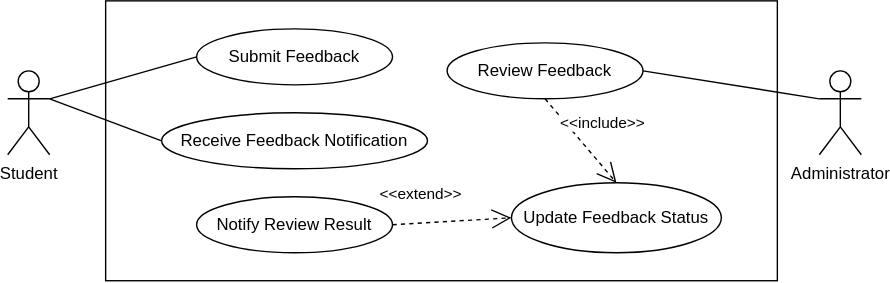
Before: Assignment2/diagrams/FeedbackUseCase.svg, a diagram exported from draw.io (qianlinnian/se_sad_project). Source tidied: cells renumbered, new cells last; positions are measured from the earlier drawing's top-left corner, leaving out a move shared by most shapes.
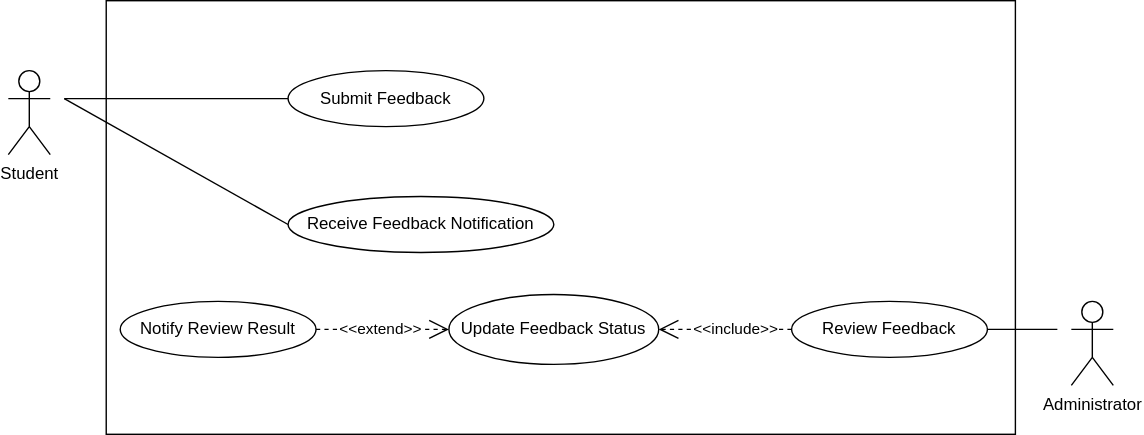
The same diagram one commit later.

Diff of the diagram source:
```diff
@@ -3,45 +3,49 @@
     <mxCell id="0" />
     <mxCell id="1" parent="0" />
     <mxCell id="2" style="rounded=0;whiteSpace=wrap;html=1;fillColor=none;" parent="1" vertex="1">
-      <mxGeometry x="70" width="480" height="200" as="geometry" />
+      <mxGeometry x="-20" y="10" width="650" height="310" as="geometry" />
     </mxCell>
     <mxCell id="3" value="Administrator" style="shape=umlActor;verticalLabelPosition=bottom;verticalAlign=top;html=1;outlineConnect=0;" parent="1" vertex="1">
-      <mxGeometry x="580" y="50" width="30" height="60" as="geometry" />
+      <mxGeometry x="670" y="225" width="30" height="60" as="geometry" />
     </mxCell>
     <mxCell id="4" value="Student" style="shape=umlActor;verticalLabelPosition=bottom;verticalAlign=top;html=1;outlineConnect=0;" parent="1" vertex="1">
-      <mxGeometry y="50" width="30" height="60" as="geometry" />
+      <mxGeometry x="-90" y="60" width="30" height="60" as="geometry" />
     </mxCell>
     <mxCell id="5" value="Submit Feedback" style="ellipse;whiteSpace=wrap;html=1;" parent="1" vertex="1">
-      <mxGeometry x="135" y="20" width="140" height="40" as="geometry" />
+      <mxGeometry x="110" y="60" width="140" height="40" as="geometry" />
     </mxCell>
     <mxCell id="6" value="Notify Review Result" style="ellipse;whiteSpace=wrap;html=1;" parent="1" vertex="1">
-      <mxGeometry x="135" y="140" width="140" height="40" as="geometry" />
+      <mxGeometry x="-10" y="225" width="140" height="40" as="geometry" />
     </mxCell>
     <mxCell id="7" value="&lt;p class=&quot;MsoNormal&quot;&gt;&lt;font face=&quot;Helvetica&quot;&gt;Review Feedback&lt;/font&gt;&lt;/p&gt;" style="ellipse;whiteSpace=wrap;html=1;" parent="1" vertex="1">
-      <mxGeometry x="314" y="30" width="140" height="40" as="geometry" />
+      <mxGeometry x="470" y="225" width="140" height="40" as="geometry" />
     </mxCell>
     <mxCell id="8" value="Receive Feedback Notification" style="ellipse;whiteSpace=wrap;html=1;" parent="1" vertex="1">
-      <mxGeometry x="110" y="80" width="190" height="40" as="geometry" />
+      <mxGeometry x="110" y="150" width="190" height="40" as="geometry" />
     </mxCell>
     <mxCell id="9" value="&lt;div&gt;Update Feedback Status&lt;/div&gt;" style="ellipse;whiteSpace=wrap;html=1;" parent="1" vertex="1">
-      <mxGeometry x="360" y="130" width="150" height="50" as="geometry" />
+      <mxGeometry x="225" y="220" width="150" height="50" as="geometry" />
     </mxCell>
     <mxCell id="10" value="&amp;lt;&amp;lt;extend&amp;gt;&amp;gt;" style="endArrow=open;endSize=12;dashed=1;html=1;rounded=0;entryX=0;entryY=0.5;entryDx=0;entryDy=0;exitX=1;exitY=0.5;exitDx=0;exitDy=0;" parent="1" edge="1" source="6" target="9">
-      <mxGeometry x="-0.5" y="21" relative="1" as="geometry" />
+      <mxGeometry x="-0.05" relative="1" as="geometry" />
     </mxCell>
-    <mxCell id="11" value="&amp;lt;&amp;lt;include&amp;gt;&amp;gt;" style="endArrow=open;endSize=12;dashed=1;html=1;rounded=0;exitX=0.5;exitY=1;exitDx=0;exitDy=0;entryX=0.5;entryY=0;entryDx=0;entryDy=0;" parent="1" edge="1" source="7" target="9">
-      <mxGeometry x="0.02" y="20" relative="1" as="geometry">
-        <mxPoint y="-1" as="offset" />
-      </mxGeometry>
+    <mxCell id="11" value="&amp;lt;&amp;lt;include&amp;gt;&amp;gt;" style="endArrow=open;endSize=12;dashed=1;html=1;rounded=0;exitX=0;exitY=0.5;exitDx=0;exitDy=0;entryX=1;entryY=0.5;entryDx=0;entryDy=0;" parent="1" edge="1" source="7" target="9">
+      <mxGeometry x="-0.16" relative="1" as="geometry" />
     </mxCell>
-    <mxCell id="12" style="endArrow=none;html=1;rounded=0;entryX=1;entryY=0.5;entryDx=0;entryDy=0;exitX=0;exitY=0.3333333333333333;exitDx=0;exitDy=0;exitPerimeter=0;shape=wire;endFill=0;" parent="1" edge="1" source="3" target="7">
-      <mxGeometry relative="1" as="geometry" />
+    <mxCell id="12" style="endArrow=none;html=1;rounded=0;entryX=1;entryY=0.5;entryDx=0;entryDy=0;shape=wire;endFill=0;" parent="1" edge="1" target="7">
+      <mxGeometry relative="1" as="geometry">
+        <mxPoint x="660" y="245" as="sourcePoint" />
+      </mxGeometry>
     </mxCell>
-    <mxCell id="13" style="endArrow=none;html=1;rounded=0;entryX=0;entryY=0.5;entryDx=0;entryDy=0;exitX=1;exitY=0.3333333333333333;exitDx=0;exitDy=0;exitPerimeter=0;endFill=0;" parent="1" edge="1" source="4" target="5">
-      <mxGeometry relative="1" as="geometry" />
+    <mxCell id="13" style="endArrow=none;html=1;rounded=0;entryX=0;entryY=0.5;entryDx=0;entryDy=0;endFill=0;" parent="1" edge="1" target="5">
+      <mxGeometry relative="1" as="geometry">
+        <mxPoint x="-50" y="80" as="sourcePoint" />
+      </mxGeometry>
     </mxCell>
-    <mxCell id="14" style="endArrow=none;html=1;rounded=0;entryX=0;entryY=0.5;entryDx=0;entryDy=0;exitX=1;exitY=0.3333333333333333;exitDx=0;exitDy=0;exitPerimeter=0;endFill=0;" parent="1" edge="1" source="4" target="8">
-      <mxGeometry relative="1" as="geometry" />
+    <mxCell id="14" style="endArrow=none;html=1;rounded=0;entryX=0;entryY=0.5;entryDx=0;entryDy=0;endFill=0;" parent="1" edge="1" target="8">
+      <mxGeometry relative="1" as="geometry">
+        <mxPoint x="-50" y="80" as="sourcePoint" />
+      </mxGeometry>
     </mxCell>
   </root>
 </mxGraphModel>
```
